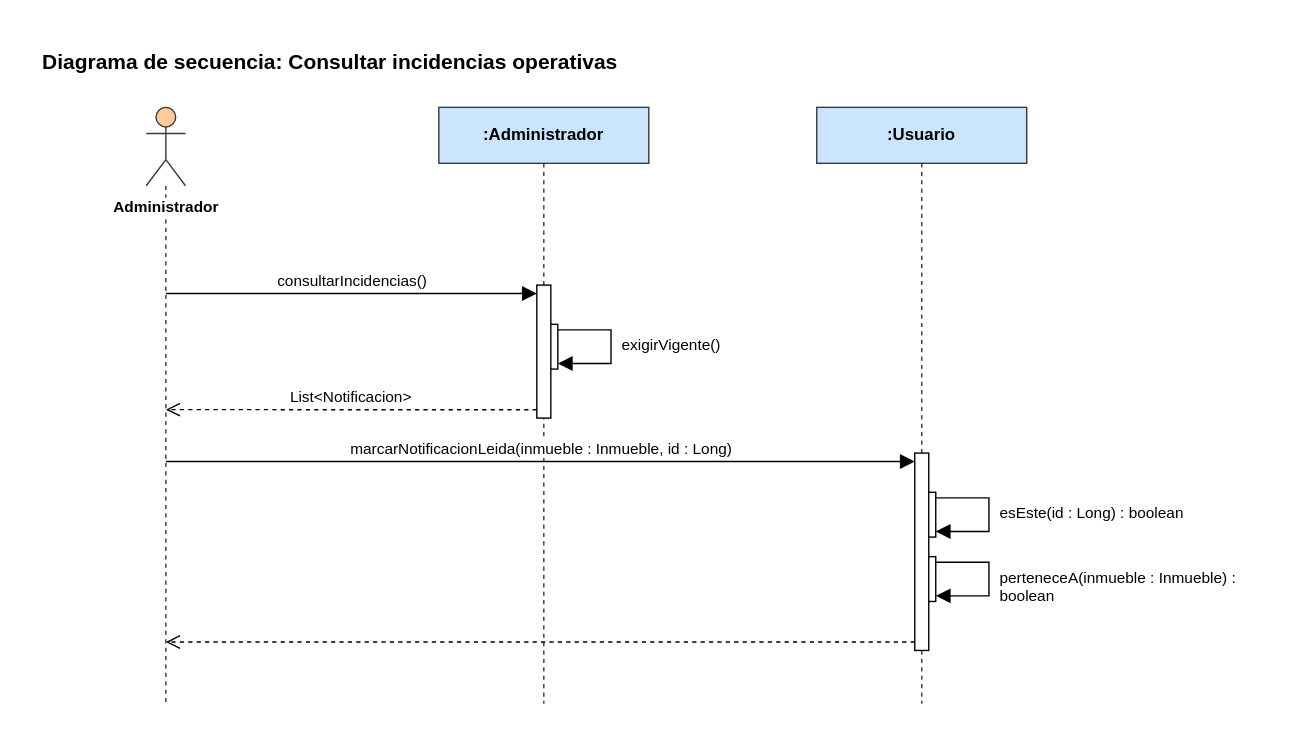
This is Diagramas/Secuencia/consultar-incidencias-operativas.svg from manuel20051208/HorizontalSoftware-Back-End, a draw.io export, as it was before one commit. Source tidied: cells renumbered, new cells last; positions are measured from the earlier drawing's top-left corner, leaving out a move shared by most shapes.
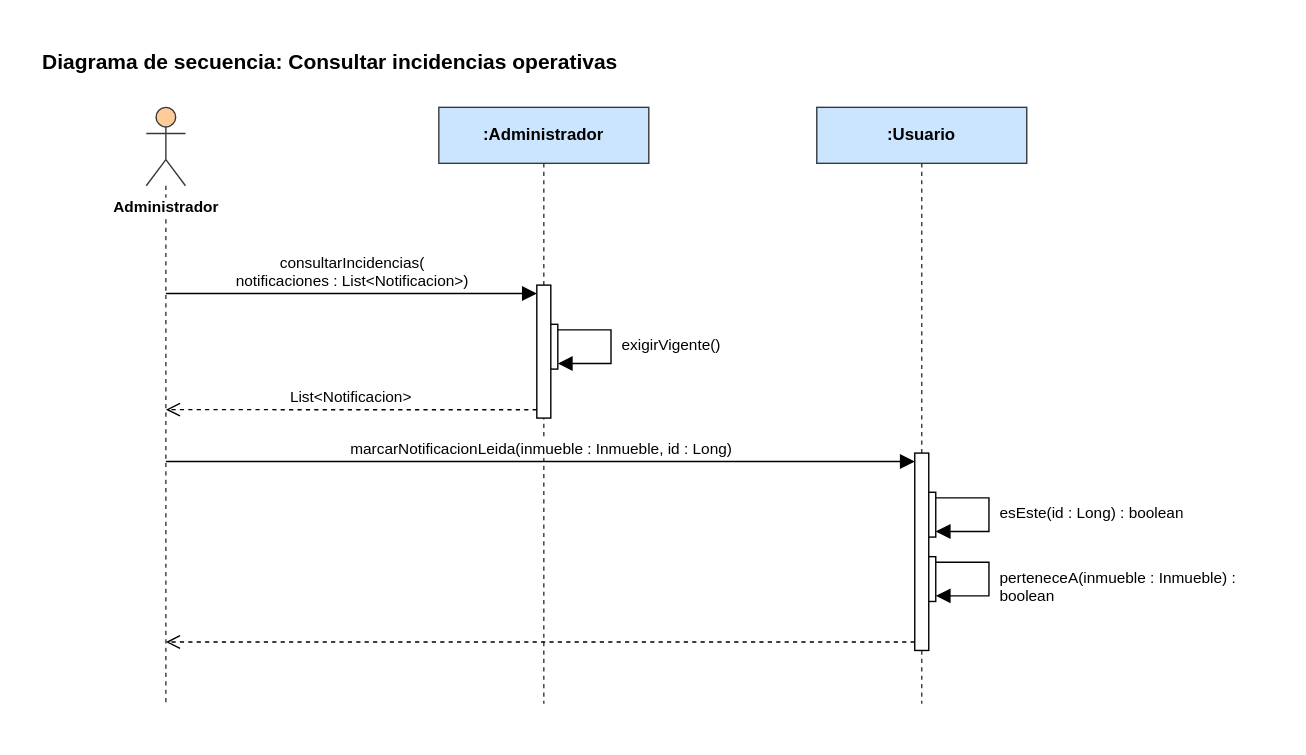
Later version of the same file.

Change to the diagram source:
```diff
@@ -29,7 +29,7 @@
     <mxCell id="10" style="html=1;points=[];perimeter=orthogonalPerimeter;fillColor=#ffffff;strokeColor=#000000;" parent="1" vertex="1">
       <mxGeometry x="625" y="295" width="10" height="141" as="geometry" />
     </mxCell>
-    <mxCell id="11" value="consultarIncidencias()" style="html=1;verticalAlign=bottom;rounded=0;fontSize=11;strokeColor=#000000;endArrow=block;endFill=1;endSize=8;exitX=0.5000;exitY=0.3122;exitDx=0;exitDy=0;exitPerimeter=0;entryX=0.0000;entryY=0.0632;entryDx=0;entryDy=0;entryPerimeter=0;" parent="1" edge="1" source="3" target="7">
+    <mxCell id="11" value="consultarIncidencias(&lt;br&gt;notificaciones : List&amp;lt;Notificacion&amp;gt;)" style="html=1;verticalAlign=bottom;rounded=0;fontSize=11;strokeColor=#000000;endArrow=block;endFill=1;endSize=8;exitX=0.5000;exitY=0.3122;exitDx=0;exitDy=0;exitPerimeter=0;entryX=0.0000;entryY=0.0632;entryDx=0;entryDy=0;entryPerimeter=0;" parent="1" edge="1" source="3" target="7">
       <mxGeometry relative="1" as="geometry" />
     </mxCell>
     <mxCell id="12" style="html=1;rounded=0;endArrow=block;endFill=1;endSize=8;strokeColor=#000000;exitX=1.0000;exitY=0.1250;exitDx=0;exitDy=0;exitPerimeter=0;entryX=1.0000;entryY=0.8750;entryDx=0;entryDy=0;entryPerimeter=0;" parent="1" edge="1" source="6" target="6">
```
